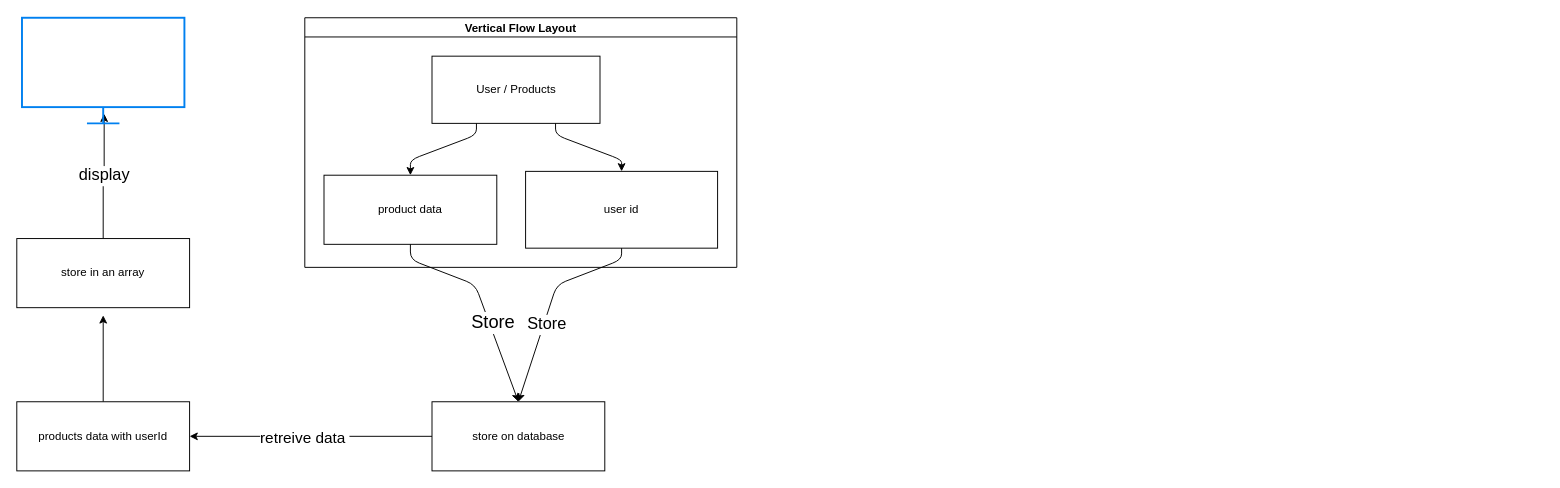
Earlier version of the draw.io diagram e-comm-flow.drawio (oussamachah2020/SHOPPY). Source tidied: cells renumbered, new cells numbered last; positions are measured from the earlier drawing's top-left corner, leaving out a move shared by most shapes. Both pictures are drawn from the tidied source at 96%, with x=0, y=0 at pixel (16, 17).
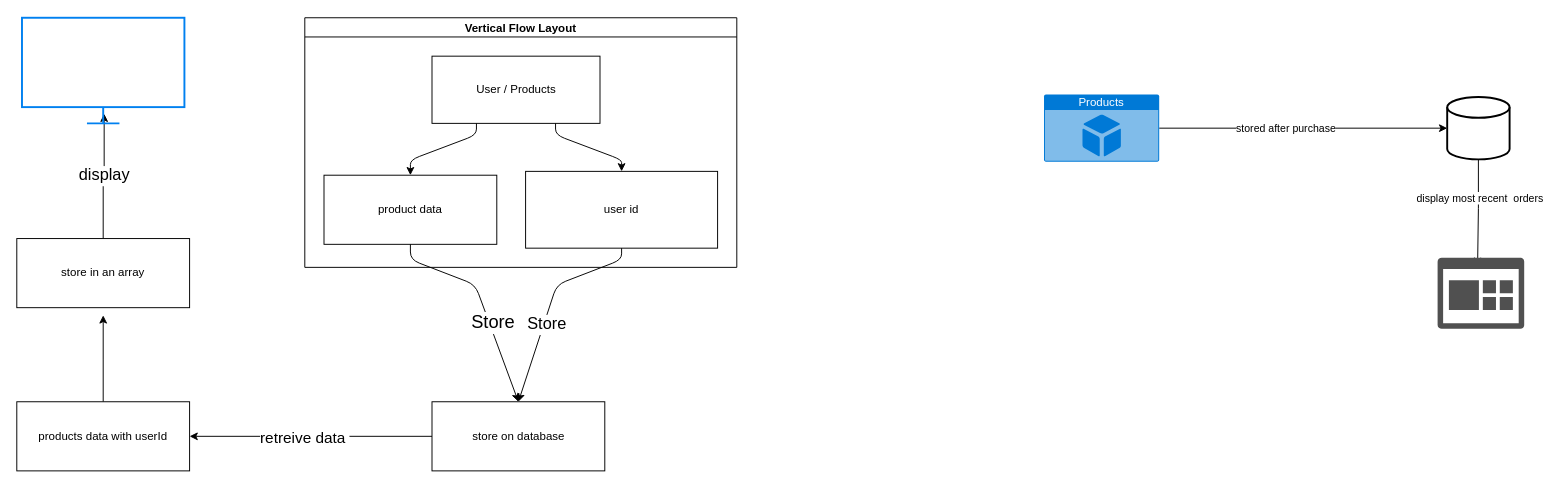
Above is the later version.

Change to the diagram source:
```diff
@@
+    <mxCell id="21" style="edgeStyle=orthogonalEdgeStyle;rounded=0;jettySize=auto;html=1;entryX=0;entryY=0.5;entryDx=0;entryDy=0;entryPerimeter=0;" parent="1" edge="1" source="23" target="26">
+      <mxGeometry relative="1" as="geometry" />
+    </mxCell>
+    <mxCell id="22" value="stored after purchase" style="edgeLabel;html=1;align=center;verticalAlign=middle;" parent="21" vertex="1">
+      <mxGeometry x="-0.13" relative="1" as="geometry" />
+    </mxCell>
+    <mxCell id="23" value="Products" style="html=1;whiteSpace=wrap;strokeColor=none;fillColor=#0079D6;labelPosition=center;verticalLabelPosition=middle;verticalAlign=top;align=center;fontSize=12;outlineConnect=0;spacingTop=-6;fontColor=#FFFFFF;sketch=0;shape=mxgraph.sitemap.products;" parent="1" vertex="1">
+      <mxGeometry x="1070" y="80" width="120" height="70" as="geometry" />
+    </mxCell>
+    <mxCell id="24" style="edgeStyle=orthogonalEdgeStyle;rounded=0;jettySize=auto;html=1;entryX=0.462;entryY=0.112;entryDx=0;entryDy=0;entryPerimeter=0;" parent="1" edge="1" source="26" target="27">
+      <mxGeometry relative="1" as="geometry" />
+    </mxCell>
+    <mxCell id="25" value="display most recent&amp;nbsp; orders" style="edgeLabel;html=1;align=center;verticalAlign=middle;" parent="24" vertex="1">
+      <mxGeometry x="-0.28" y="1" relative="1" as="geometry" />
+    </mxCell>
+    <mxCell id="26" style="strokeWidth=2;html=1;shape=mxgraph.flowchart.database;whiteSpace=wrap;" parent="1" vertex="1">
+      <mxGeometry x="1490" y="82.5" width="65" height="65" as="geometry" />
+    </mxCell>
+    <mxCell id="27" style="sketch=0;shadow=0;dashed=0;html=1;strokeColor=none;labelPosition=center;verticalLabelPosition=bottom;verticalAlign=top;align=center;fillColor=#505050;shape=mxgraph.mscae.oms.dashboard;" parent="1" vertex="1">
+      <mxGeometry x="1480" y="250" width="90.2" height="74" as="geometry" />
+    </mxCell>
```
